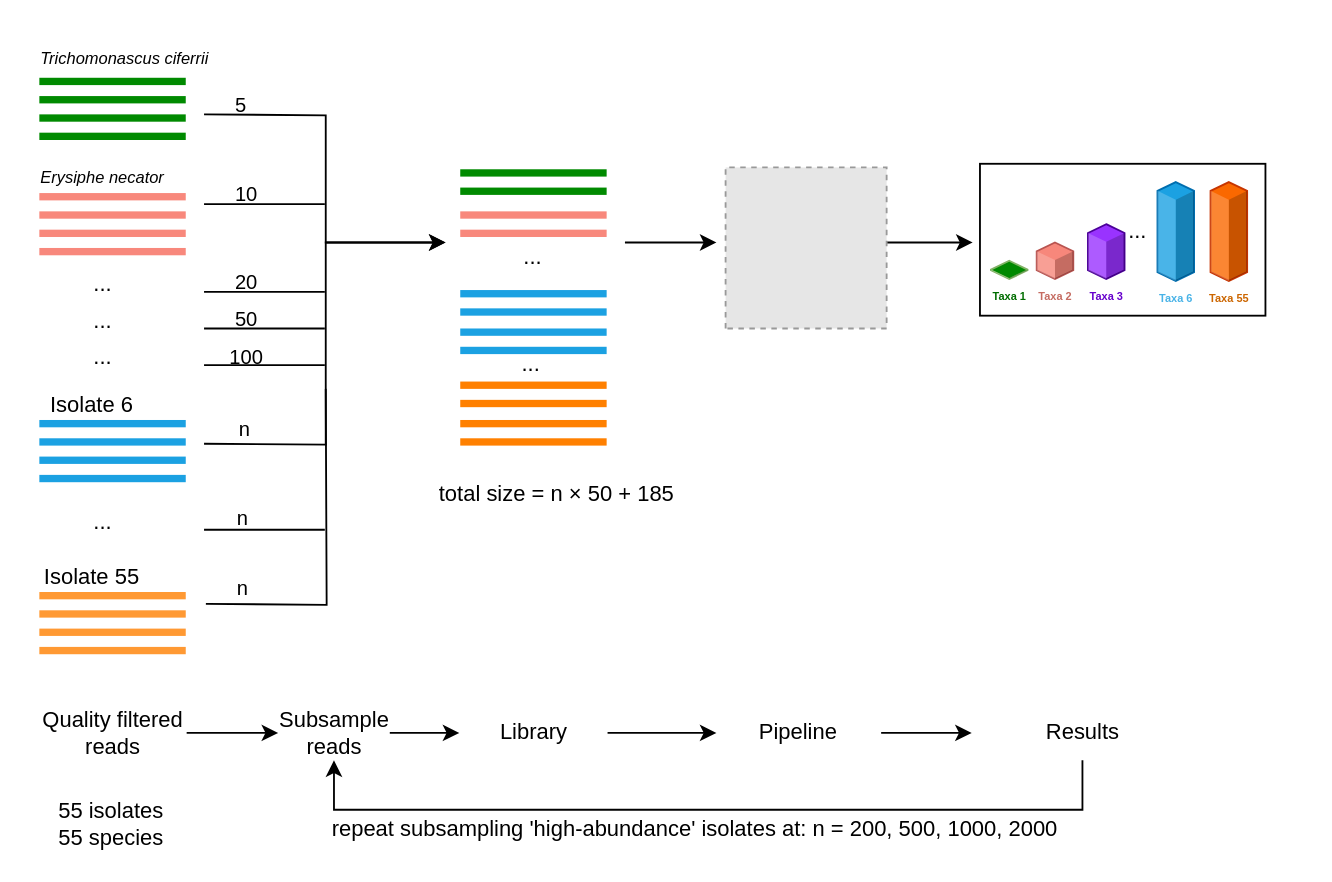
Above: reports/masters/thesis/analysis/uneven-sampling-diagram.drawio in aringeri/long-read-ITS-metabarcoding-thesis (draw.io), before the change. Source tidied: cells renumbered, new cells numbered last; positions are measured from the earlier drawing's top-left corner, leaving out a move shared by most shapes. Both pictures are drawn from the tidied source at 183%, with x=0, y=0 at pixel (37, 31). Pictures stored in the file or linked from it are replaced by grey dashed boxes.
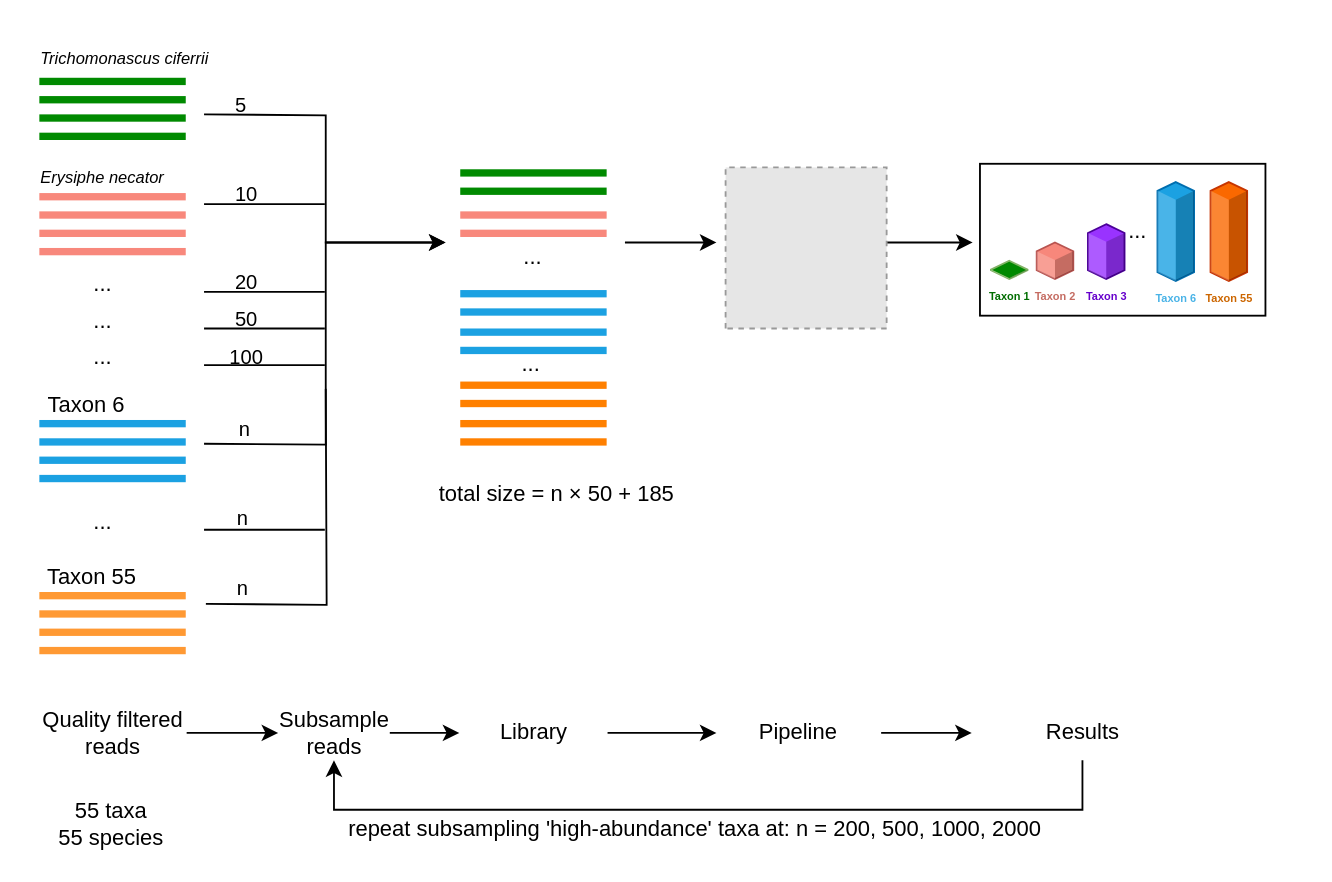
After the change.

The change refers to these unchanged cells:
```xml
<mxCell id="37" style="group;fontSize=5;strokeColor=none;fontColor=#49b3e7;" parent="1" vertex="1">
  <mxGeometry x="521" y="75" width="170" height="80" as="geometry" />
</mxCell>
<mxCell id="44" style="edgeStyle=orthogonalEdgeStyle;rounded=0;jettySize=auto;html=1;entryX=0.5;entryY=1;entryDx=0;entryDy=0;fontFamily=Helvetica;fontSize=12;fontColor=#ffffff;" parent="1" edge="1" source="46" target="52">
  <mxGeometry relative="1" as="geometry">
    <Array as="points">
      <mxPoint x="571" y="425" />
      <mxPoint x="162" y="425" />
    </Array>
  </mxGeometry>
</mxCell>
```

Diff of the diagram source:
```diff
@@
-    <mxCell id="21" value="Isolate 6" style="text;html=1;align=center;verticalAlign=middle;whiteSpace=wrap;rounded=0;fontFamily=Helvetica;fontSize=12;" parent="1" vertex="1">
-      <mxGeometry y="189" width="60" height="30" as="geometry" />
+    <mxCell id="21" value="Taxon 6" style="text;html=1;align=center;verticalAlign=middle;whiteSpace=wrap;rounded=0;fontFamily=Helvetica;fontSize=12;" parent="1" vertex="1">
+      <mxGeometry x="-3" y="189" width="60" height="30" as="geometry" />
     </mxCell>
@@
-    <mxCell id="39" value="Taxa 1" style="verticalLabelPosition=bottom;verticalAlign=top;html=1;shape=mxgraph.infographic.shadedCube;isoAngle=15;fillColor=#008900;strokeColor=#82b366;fontStyle=1;fontSize=6;shadow=0;rounded=0;align=center;fontFamily=Helvetica;fontColor=#006d00;" parent="37" vertex="1">
+    <mxCell id="39" value="Taxon 1" style="verticalLabelPosition=bottom;verticalAlign=top;html=1;shape=mxgraph.infographic.shadedCube;isoAngle=15;fillColor=#008900;strokeColor=#82b366;fontStyle=1;fontSize=6;shadow=0;rounded=0;align=center;fontFamily=Helvetica;fontColor=#006d00;" parent="37" vertex="1">
       <mxGeometry y="50" width="20" height="10" as="geometry" />
     </mxCell>
-    <mxCell id="40" value="&lt;font color=&quot;#c56c62&quot;&gt;Taxa 2&lt;/font&gt;" style="verticalLabelPosition=bottom;verticalAlign=top;html=1;shape=mxgraph.infographic.shadedCube;isoAngle=15;fillColor=#f7877b;strokeColor=#b85450;fontStyle=1;fontSize=6;shadow=0;rounded=0;align=center;fontFamily=Helvetica;" parent="37" vertex="1">
+    <mxCell id="40" value="&lt;font color=&quot;#c56c62&quot;&gt;Taxon 2&lt;/font&gt;" style="verticalLabelPosition=bottom;verticalAlign=top;html=1;shape=mxgraph.infographic.shadedCube;isoAngle=15;fillColor=#f7877b;strokeColor=#b85450;fontStyle=1;fontSize=6;shadow=0;rounded=0;align=center;fontFamily=Helvetica;" parent="37" vertex="1">
       <mxGeometry x="25" y="40" width="20" height="20" as="geometry" />
     </mxCell>
-    <mxCell id="41" value="&lt;font color=&quot;#6600cc&quot;&gt;Taxa 3&lt;/font&gt;" style="verticalLabelPosition=bottom;verticalAlign=top;html=1;shape=mxgraph.infographic.shadedCube;isoAngle=15;fillColor=#9933FF;strokeColor=#4C0099;fontStyle=1;fontColor=#000000;fontSize=6;shadow=0;rounded=0;align=center;fontFamily=Helvetica;" parent="37" vertex="1">
+    <mxCell id="41" value="&lt;font color=&quot;#6600cc&quot;&gt;Taxon 3&lt;/font&gt;" style="verticalLabelPosition=bottom;verticalAlign=top;html=1;shape=mxgraph.infographic.shadedCube;isoAngle=15;fillColor=#9933FF;strokeColor=#4C0099;fontStyle=1;fontColor=#000000;fontSize=6;shadow=0;rounded=0;align=center;fontFamily=Helvetica;" parent="37" vertex="1">
       <mxGeometry x="53" y="30" width="20" height="30" as="geometry" />
     </mxCell>
@@
-    <mxCell id="43" value="&lt;font color=&quot;#cc6600&quot;&gt;Taxa 55&lt;/font&gt;" style="verticalLabelPosition=bottom;verticalAlign=top;html=1;shape=mxgraph.infographic.shadedCube;isoAngle=15;fillColor=#fa6800;strokeColor=#C73500;fontStyle=1;fontColor=#000000;fontSize=6;shadow=0;rounded=0;align=center;fontFamily=Helvetica;" parent="37" vertex="1">
+    <mxCell id="43" value="&lt;font color=&quot;#cc6600&quot;&gt;Taxon 55&lt;/font&gt;" style="verticalLabelPosition=bottom;verticalAlign=top;html=1;shape=mxgraph.infographic.shadedCube;isoAngle=15;fillColor=#fa6800;strokeColor=#C73500;fontStyle=1;fontColor=#000000;fontSize=6;shadow=0;rounded=0;align=center;fontFamily=Helvetica;" parent="37" vertex="1">
       <mxGeometry x="120" y="7" width="20" height="54" as="geometry" />
     </mxCell>
@@
-    <mxCell id="45" value="&lt;font color=&quot;#000000&quot;&gt;repeat subsampling 'high-abundance' isolates at: n = 200, 500, 1000, 2000&lt;/font&gt;" style="edgeLabel;html=1;align=center;verticalAlign=middle;rounded=0;strokeColor=#005700;fontFamily=Helvetica;fontSize=12;fontColor=#ffffff;fillColor=#008a00;" parent="44" vertex="1">
+    <mxCell id="45" value="&lt;font color=&quot;#000000&quot;&gt;repeat subsampling 'high-abundance' taxa at: n = 200, 500, 1000, 2000&lt;/font&gt;" style="edgeLabel;html=1;align=center;verticalAlign=middle;rounded=0;strokeColor=#005700;fontFamily=Helvetica;fontSize=12;fontColor=#ffffff;fillColor=#008a00;" parent="44" vertex="1">
       <mxGeometry x="0.3" y="-1" relative="1" as="geometry">
         <mxPoint x="61" y="11" as="offset" />
       </mxGeometry>
     </mxCell>
@@
-    <mxCell id="53" value="&lt;div&gt;55 isolates&lt;/div&gt;&lt;div&gt;55 species&lt;/div&gt;" style="text;html=1;align=center;verticalAlign=middle;whiteSpace=wrap;rounded=0;fontFamily=Helvetica;fontSize=12;" parent="1" vertex="1">
+    <mxCell id="53" value="&lt;div&gt;55 taxa&lt;/div&gt;&lt;div&gt;55 species&lt;/div&gt;" style="text;html=1;align=center;verticalAlign=middle;whiteSpace=wrap;rounded=0;fontFamily=Helvetica;fontSize=12;" parent="1" vertex="1">
       <mxGeometry y="418" width="81" height="30" as="geometry" />
     </mxCell>
-    <mxCell id="54" value="&lt;font color=&quot;#49b3e7&quot;&gt;Taxa 6&lt;/font&gt;" style="verticalLabelPosition=bottom;verticalAlign=top;html=1;shape=mxgraph.infographic.shadedCube;isoAngle=15;fillColor=#1ba1e2;strokeColor=#006EAF;fontStyle=1;fontColor=#ffffff;fontSize=6;shadow=0;rounded=0;align=center;fontFamily=Helvetica;" parent="1" vertex="1">
+    <mxCell id="54" value="&lt;font color=&quot;#49b3e7&quot;&gt;Taxon 6&lt;/font&gt;" style="verticalLabelPosition=bottom;verticalAlign=top;html=1;shape=mxgraph.infographic.shadedCube;isoAngle=15;fillColor=#1ba1e2;strokeColor=#006EAF;fontStyle=1;fontColor=#ffffff;fontSize=6;shadow=0;rounded=0;align=center;fontFamily=Helvetica;" parent="1" vertex="1">
       <mxGeometry x="612" y="82" width="20" height="54" as="geometry" />
     </mxCell>
@@
-    <mxCell id="71" value="Isolate 55" style="text;html=1;align=center;verticalAlign=middle;whiteSpace=wrap;rounded=0;fontFamily=Helvetica;fontSize=12;" parent="1" vertex="1">
+    <mxCell id="71" value="Taxon 55" style="text;html=1;align=center;verticalAlign=middle;whiteSpace=wrap;rounded=0;fontFamily=Helvetica;fontSize=12;" parent="1" vertex="1">
       <mxGeometry y="283" width="60" height="30" as="geometry" />
     </mxCell>
```
